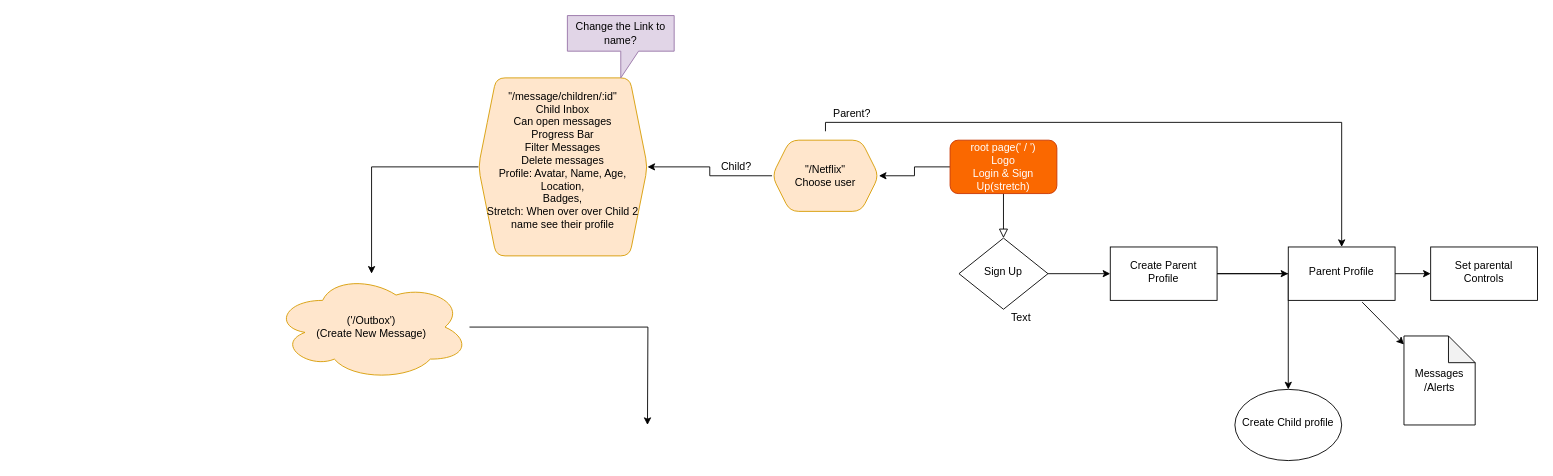
This is Untitled Diagram.drawio from Samicap/Final-Project, a draw.io file, before an edit. Source tidied: cells renumbered, new cells numbered last; positions are measured from the earlier drawing's top-left corner, leaving out a move shared by most shapes. Both pictures are drawn from the tidied source at 89%, with x=0, y=0 at pixel (273, 15).
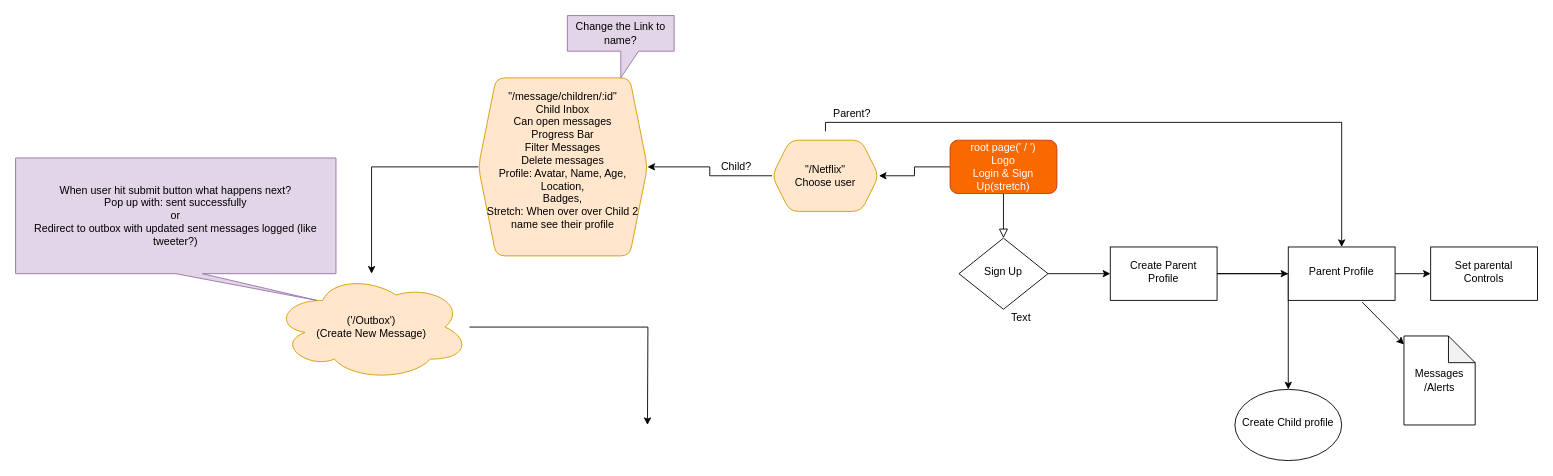
The same diagram, later.

What changed in the source:
```diff
@@
+    <mxCell id="27" value="&lt;div&gt;When user hit submit button what happens next?&lt;/div&gt;&lt;div&gt;Pop up with: sent successfully&lt;/div&gt;&lt;div&gt;or&lt;/div&gt;&lt;div&gt;Redirect to outbox with updated sent messages logged (like tweeter?)&lt;br&gt;&lt;/div&gt;" style="shape=callout;whiteSpace=wrap;html=1;perimeter=calloutPerimeter;size=30;position=0.5;base=30;position2=0.94;fillColor=#e1d5e7;strokeColor=#9673a6;" parent="1" vertex="1">
+      <mxGeometry x="-290" y="160" width="360" height="160" as="geometry" />
+    </mxCell>
```
